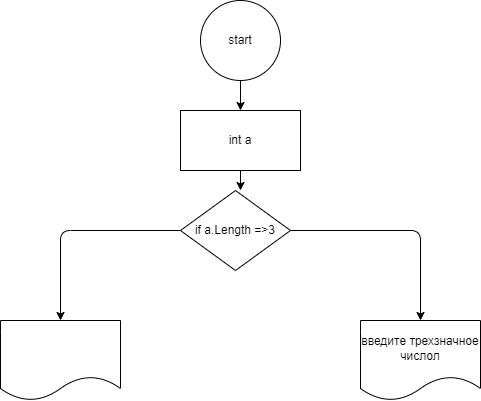
kutuzoffmoscow/C- keeps this draw.io diagram as les2/exp1/diagram.drawio.png. Above is the earlier version. Source tidied: cells renumbered, new cells last; positions are measured from the earlier drawing's top-left corner, leaving out a move shared by most shapes.
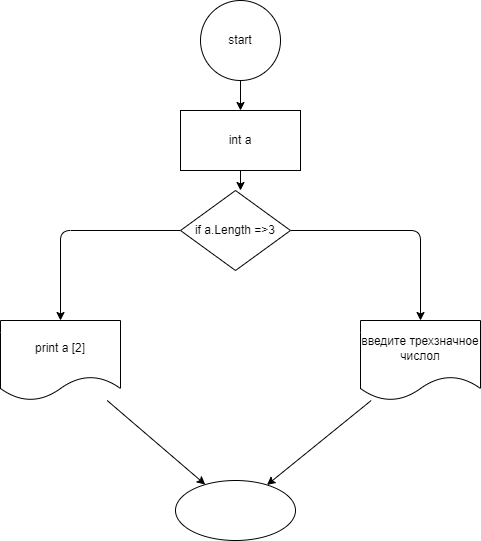
After the commit.

Commit message:
добавлена диаграмма

Diff of the diagram source:
```diff
@@ -33,11 +33,20 @@
     <mxCell id="8" value="if a.Length =&amp;gt;3" style="rhombus;whiteSpace=wrap;html=1;" parent="1" vertex="1">
       <mxGeometry x="180" y="190" width="110" height="80" as="geometry" />
     </mxCell>
+    <mxCell id="11" style="edgeStyle=none;html=1;" parent="1" edge="1" source="9" target="13">
+      <mxGeometry relative="1" as="geometry" />
+    </mxCell>
     <mxCell id="9" value="введите трехзначное числол" style="shape=document;whiteSpace=wrap;html=1;boundedLbl=1;" parent="1" vertex="1">
       <mxGeometry x="360" y="320" width="120" height="80" as="geometry" />
     </mxCell>
+    <mxCell id="12" style="edgeStyle=none;html=1;" parent="1" edge="1" source="10" target="13">
+      <mxGeometry relative="1" as="geometry" />
+    </mxCell>
-    <mxCell id="10" style="shape=document;whiteSpace=wrap;html=1;boundedLbl=1;" parent="1" vertex="1">
+    <mxCell id="10" value="print a [2]" style="shape=document;whiteSpace=wrap;html=1;boundedLbl=1;" parent="1" vertex="1">
       <mxGeometry y="320" width="120" height="80" as="geometry" />
     </mxCell>
+    <mxCell id="13" style="ellipse;whiteSpace=wrap;html=1;" parent="1" vertex="1">
+      <mxGeometry x="175" y="480" width="120" height="60" as="geometry" />
+    </mxCell>
   </root>
 </mxGraphModel>
```
